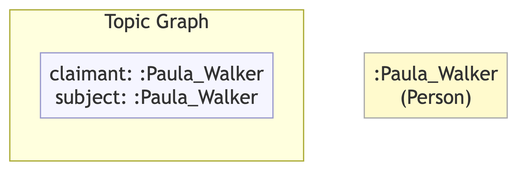
MeeFoundation/mia-ontologies keeps this Mermaid diagram as example/graphs/images/graph-05.png. Above is the earlier version. Its source is kept beside it as example/graphs/images/graph-05.mmd. The source it was exported from:
```mermaid
flowchart TD
    classDef person fill:#fffacd,stroke:#aaa,color:#333
    classDef grp    fill:#d4edda,stroke:#aaa,color:#333
    classDef org    fill:#cce5ff,stroke:#aaa,color:#333
    classDef lit    fill:none,stroke:none,font-style:italic,color:#2a7a2a
    classDef meta   fill:#f5f5ff,stroke:#9999cc,color:#333

    subgraph ctx["Topic Graph"]
        direction LR
        ctx_meta["claimant: :Paula_Walker\nsubject: :Paula_Walker"]:::meta
    end

    nf4296ab13de4[":Paula_Walker\n(Person)"]:::person
```
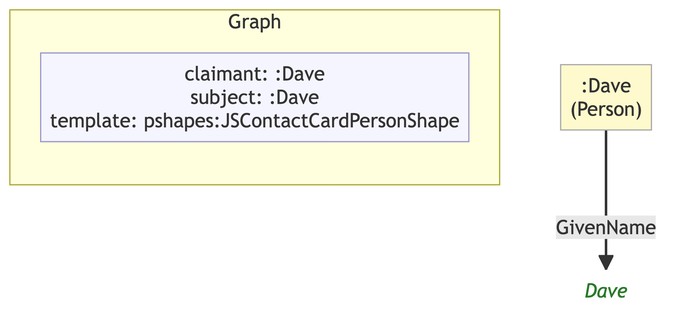
After the commit.

The edit, as a diff of the source:
```diff
@@ -1,13 +1,15 @@
 flowchart TD
     classDef person fill:#fffacd,stroke:#aaa,color:#333
-    classDef grp    fill:#d4edda,stroke:#aaa,color:#333
     classDef org    fill:#cce5ff,stroke:#aaa,color:#333
     classDef lit    fill:none,stroke:none,font-style:italic,color:#2a7a2a
     classDef meta   fill:#f5f5ff,stroke:#9999cc,color:#333
 
-    subgraph ctx["Topic Graph"]
+    subgraph ctx["Graph"]
         direction LR
-        ctx_meta["claimant: :Paula_Walker\nsubject: :Paula_Walker"]:::meta
+        ctx_meta["claimant: :Dave\nsubject: :Dave\ntemplate: pshapes:JSContactCardPersonShape"]:::meta
     end
 
-    nf4296ab13de4[":Paula_Walker\n(Person)"]:::person
+    n1c28f5f47932[":Dave\n(Person)"]:::person
+    n0d1e3c30a2bd("Dave"):::lit
+
+    n1c28f5f47932 -->|"GivenName"| n0d1e3c30a2bd
```
